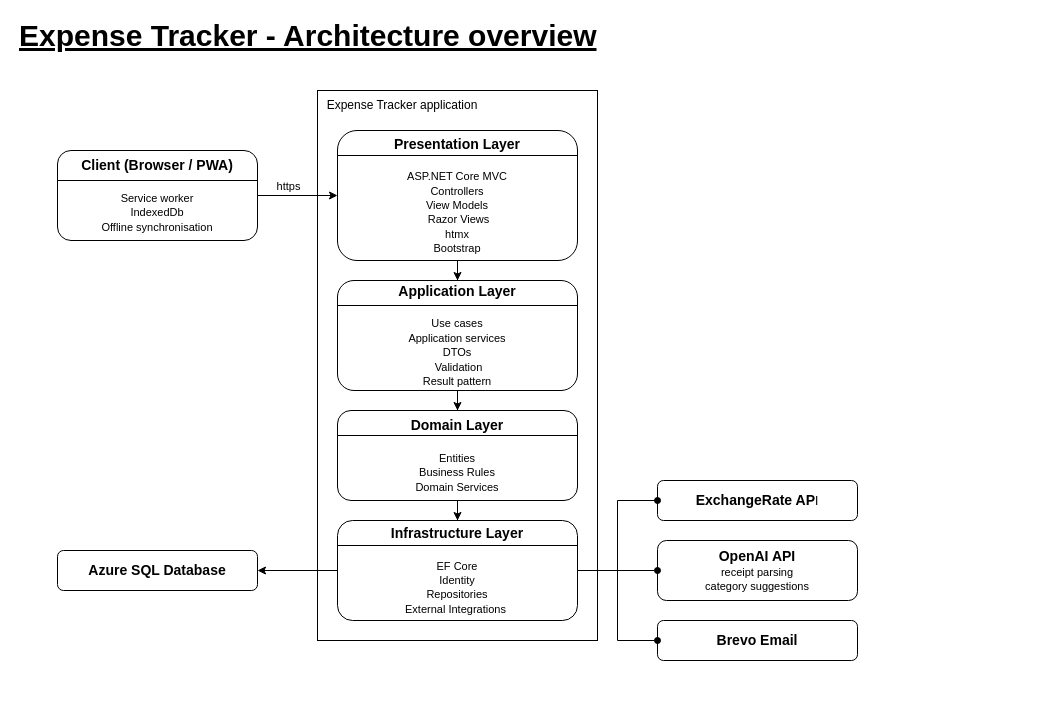
Earlier version of the draw.io diagram docs/Architecture-overview.drawio (Le40/EventSharedExpenseTracker). Source tidied: cells renumbered, new cells numbered last; positions are measured from the earlier drawing's top-left corner, leaving out a move shared by most shapes. Both pictures are drawn from the tidied source at 100%, with x=0, y=0 at pixel (17, 20).
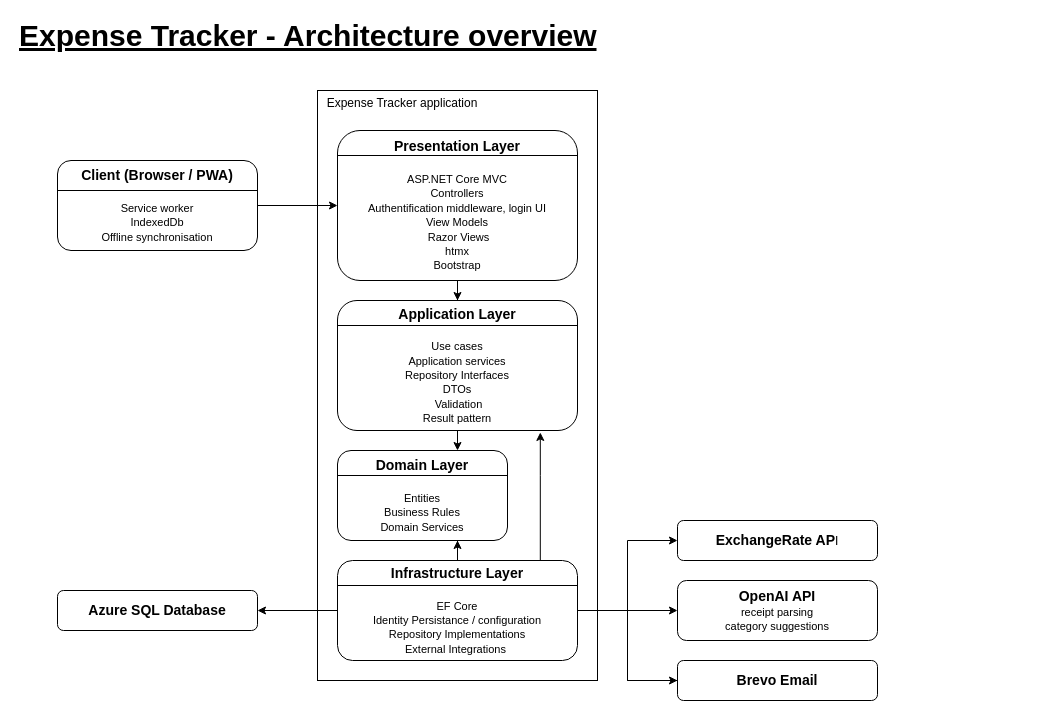
Above is the later version.

Unchanged cells that the change refers to:
```xml
<mxCell id="2" style="edgeStyle=orthogonalEdgeStyle;rounded=0;jettySize=auto;html=1;" parent="1" edge="1" source="10" target="13">
  <mxGeometry relative="1" as="geometry" />
</mxCell>
```

What changed in the source:
```diff
@@
+    <mxCell id="33" style="rounded=0;whiteSpace=wrap;html=1;" parent="1" vertex="1">
+      <mxGeometry x="300" y="70" width="280" height="590" as="geometry" />
+    </mxCell>
@@
-    <mxCell id="3" value="https" style="edgeLabel;html=1;align=center;verticalAlign=middle;" parent="2" vertex="1">
-      <mxGeometry x="-0.2" relative="1" as="geometry">
-        <mxPoint x="-2" y="-10" as="offset" />
-      </mxGeometry>
-    </mxCell>
@@
-    <mxCell id="5" style="edgeStyle=orthogonalEdgeStyle;rounded=0;jettySize=auto;html=1;" parent="1" edge="1" source="18" target="21">
-      <mxGeometry relative="1" as="geometry" />
-    </mxCell>
-    <mxCell id="6" style="edgeStyle=orthogonalEdgeStyle;rounded=0;jettySize=auto;html=1;" parent="1" edge="1" source="21" target="24">
-      <mxGeometry relative="1" as="geometry" />
-    </mxCell>
@@
     <mxCell id="8" value="&lt;b style=&quot;&quot;&gt;&lt;font style=&quot;font-size: 14px;&quot;&gt;Azure SQL Database&lt;/font&gt;&lt;/b&gt;" style="whiteSpace=wrap;html=1;rounded=1;" parent="1" vertex="1">
-      <mxGeometry x="40" y="530" width="200" height="40" as="geometry" />
+      <mxGeometry x="40" y="570" width="200" height="40" as="geometry" />
     </mxCell>
     <mxCell id="9" style="group;" parent="1" vertex="1">
-      <mxGeometry x="40" y="130" width="200" height="90" as="geometry" />
+      <mxGeometry x="40" y="140" width="200" height="90" as="geometry" />
     </mxCell>
@@
-    <mxCell id="12" style="group;" parent="1" vertex="1">
-      <mxGeometry x="320" y="110" width="260" height="510" as="geometry" />
-    </mxCell>
-    <mxCell id="13" value="&lt;font style=&quot;font-size: 14px;&quot;&gt;&lt;b style=&quot;&quot;&gt;Presentation Layer&lt;/b&gt;&lt;/font&gt;&lt;div&gt;&lt;span style=&quot;font-size: 14px;&quot;&gt;&lt;b&gt;&lt;br&gt;&lt;/b&gt;&lt;/span&gt;&lt;div&gt;&lt;font style=&quot;font-size: 11px;&quot;&gt;ASP.NET Core MVC&lt;/font&gt;&lt;/div&gt;&lt;div&gt;&lt;font style=&quot;font-size: 11px;&quot;&gt;Controllers&lt;/font&gt;&lt;/div&gt;&lt;div&gt;&lt;font style=&quot;font-size: 11px;&quot;&gt;View Models&lt;/font&gt;&lt;/div&gt;&lt;div&gt;&lt;font style=&quot;font-size: 11px;&quot;&gt;&amp;nbsp;Razor Views&lt;/font&gt;&lt;/div&gt;&lt;div&gt;&lt;font style=&quot;font-size: 11px;&quot;&gt;htmx&lt;/font&gt;&lt;/div&gt;&lt;div&gt;&lt;font style=&quot;font-size: 11px;&quot;&gt;Bootstrap&lt;/font&gt;&lt;/div&gt;&lt;/div&gt;" style="whiteSpace=wrap;html=1;rounded=1;" parent="12" vertex="1">
-      <mxGeometry width="240" height="130" as="geometry" />
-    </mxCell>
-    <mxCell id="14" style="line;strokeWidth=1;html=1;" parent="12" vertex="1">
-      <mxGeometry y="20" width="240" height="10" as="geometry" />
-    </mxCell>
-    <mxCell id="15" style="rounded=0;whiteSpace=wrap;html=1;fillColor=none;" parent="12" vertex="1">
-      <mxGeometry x="-20" y="-40" width="280" height="550" as="geometry" />
-    </mxCell>
-    <mxCell id="16" value="Expense Tracker application" style="text;html=1;whiteSpace=wrap;strokeColor=none;fillColor=none;align=center;verticalAlign=middle;rounded=0;" parent="12" vertex="1">
-      <mxGeometry x="-30" y="-40" width="190" height="30" as="geometry" />
-    </mxCell>
-    <mxCell id="17" style="group;" parent="1" vertex="1">
-      <mxGeometry x="320" y="260" width="240" height="110" as="geometry" />
-    </mxCell>
-    <mxCell id="18" value="&lt;font style=&quot;font-size: 14px;&quot;&gt;&lt;b style=&quot;&quot;&gt;Application Layer&lt;/b&gt;&lt;/font&gt;&lt;div&gt;&lt;span style=&quot;font-size: 14px;&quot;&gt;&lt;b&gt;&lt;br&gt;&lt;/b&gt;&lt;/span&gt;&lt;div&gt;&lt;font style=&quot;font-size: 11px;&quot;&gt;Use cases&lt;/font&gt;&lt;/div&gt;&lt;div&gt;&lt;font style=&quot;font-size: 11px;&quot;&gt;Application services&lt;/font&gt;&lt;/div&gt;&lt;div&gt;&lt;font style=&quot;font-size: 11px;&quot;&gt;DTOs&lt;/font&gt;&lt;/div&gt;&lt;div&gt;&lt;font style=&quot;font-size: 11px;&quot;&gt;&amp;nbsp;Validation&lt;/font&gt;&lt;/div&gt;&lt;div&gt;&lt;font style=&quot;font-size: 11px;&quot;&gt;Result pattern&lt;/font&gt;&lt;/div&gt;&lt;/div&gt;" style="whiteSpace=wrap;html=1;rounded=1;" parent="17" vertex="1">
-      <mxGeometry width="240" height="110" as="geometry" />
-    </mxCell>
-    <mxCell id="19" style="line;strokeWidth=1;html=1;" parent="17" vertex="1">
-      <mxGeometry y="20" width="240" height="10" as="geometry" />
-    </mxCell>
-    <mxCell id="20" style="group;" parent="1" vertex="1">
-      <mxGeometry x="320" y="390" width="240" height="90" as="geometry" />
-    </mxCell>
-    <mxCell id="21" value="&lt;font style=&quot;font-size: 14px;&quot;&gt;&lt;b style=&quot;&quot;&gt;Domain Layer&lt;/b&gt;&lt;/font&gt;&lt;div&gt;&lt;span style=&quot;font-size: 14px;&quot;&gt;&lt;b&gt;&lt;br&gt;&lt;/b&gt;&lt;/span&gt;&lt;div&gt;&lt;span style=&quot;font-size: 11px; background-color: transparent; color: light-dark(rgb(0, 0, 0), rgb(255, 255, 255));&quot;&gt;Entities&lt;/span&gt;&lt;/div&gt;&lt;/div&gt;&lt;div&gt;&lt;span style=&quot;font-size: 11px; background-color: transparent; color: light-dark(rgb(0, 0, 0), rgb(255, 255, 255));&quot;&gt;Business Rules&lt;/span&gt;&lt;/div&gt;&lt;div&gt;&lt;span style=&quot;font-size: 11px; background-color: transparent; color: light-dark(rgb(0, 0, 0), rgb(255, 255, 255));&quot;&gt;Domain Services&lt;/span&gt;&lt;/div&gt;" style="whiteSpace=wrap;html=1;rounded=1;" parent="20" vertex="1">
-      <mxGeometry width="240" height="90" as="geometry" />
-    </mxCell>
-    <mxCell id="22" style="line;strokeWidth=1;html=1;" parent="20" vertex="1">
-      <mxGeometry y="20" width="240" height="10" as="geometry" />
-    </mxCell>
-    <mxCell id="23" style="group;" parent="1" vertex="1">
-      <mxGeometry x="320" y="500" width="240" height="100" as="geometry" />
-    </mxCell>
-    <mxCell id="24" value="&lt;font style=&quot;font-size: 14px;&quot;&gt;&lt;b style=&quot;&quot;&gt;Infrastructure Layer&lt;/b&gt;&lt;/font&gt;&lt;div&gt;&lt;span style=&quot;font-size: 14px;&quot;&gt;&lt;b&gt;&lt;br&gt;&lt;/b&gt;&lt;/span&gt;&lt;div&gt;&lt;div&gt;&lt;font style=&quot;font-size: 11px;&quot;&gt;EF Core&lt;/font&gt;&lt;/div&gt;&lt;div&gt;&lt;font style=&quot;font-size: 11px;&quot;&gt;Identity&lt;/font&gt;&lt;/div&gt;&lt;div&gt;&lt;font style=&quot;font-size: 11px;&quot;&gt;Repositories&lt;/font&gt;&lt;/div&gt;&lt;div&gt;&lt;font style=&quot;font-size: 11px;&quot;&gt;External Integrations&amp;nbsp;&lt;/font&gt;&lt;/div&gt;&lt;/div&gt;&lt;/div&gt;" style="whiteSpace=wrap;html=1;rounded=1;" parent="23" vertex="1">
-      <mxGeometry width="240" height="100" as="geometry" />
-    </mxCell>
-    <mxCell id="25" style="line;strokeWidth=1;html=1;" parent="23" vertex="1">
-      <mxGeometry y="20" width="240" height="10" as="geometry" />
-    </mxCell>
     <mxCell id="26" value="&lt;font style=&quot;font-size: 14px;&quot;&gt;&lt;b&gt;ExchangeRate AP&lt;/b&gt;&lt;/font&gt;I" style="whiteSpace=wrap;html=1;rounded=1;" parent="1" vertex="1">
-      <mxGeometry x="640" y="460" width="200" height="40" as="geometry" />
+      <mxGeometry x="660" y="500" width="200" height="40" as="geometry" />
     </mxCell>
-    <mxCell id="27" style="edgeStyle=orthogonalEdgeStyle;rounded=0;jettySize=auto;html=1;endArrow=oval;endFill=1;" parent="1" edge="1" source="24" target="26">
+    <mxCell id="27" style="edgeStyle=orthogonalEdgeStyle;rounded=0;jettySize=auto;html=1;endArrow=classic;endFill=1;" parent="1" edge="1" source="24" target="26">
       <mxGeometry relative="1" as="geometry" />
     </mxCell>
+    <mxCell id="34" style="edgeStyle=orthogonalEdgeStyle;rounded=0;jettySize=auto;html=1;endArrow=none;endFill=0;" parent="1" edge="1" source="28" target="24">
+      <mxGeometry relative="1" as="geometry" />
+    </mxCell>
     <mxCell id="28" value="&lt;font style=&quot;font-size: 14px;&quot;&gt;&lt;b&gt;Brevo Email&lt;/b&gt;&lt;/font&gt;" style="whiteSpace=wrap;html=1;rounded=1;" parent="1" vertex="1">
-      <mxGeometry x="640" y="600" width="200" height="40" as="geometry" />
+      <mxGeometry x="660" y="640" width="200" height="40" as="geometry" />
     </mxCell>
-    <mxCell id="29" style="edgeStyle=orthogonalEdgeStyle;rounded=0;jettySize=auto;html=1;endArrow=oval;endFill=1;" parent="1" edge="1" source="24" target="28">
+    <mxCell id="29" style="edgeStyle=orthogonalEdgeStyle;rounded=0;jettySize=auto;html=1;endArrow=classic;endFill=1;" parent="1" edge="1" source="24" target="28">
       <mxGeometry relative="1" as="geometry" />
     </mxCell>
     <mxCell id="30" value="&lt;font style=&quot;font-size: 14px;&quot;&gt;&lt;b&gt;OpenAI API&lt;/b&gt;&lt;/font&gt;&lt;div&gt;&lt;font style=&quot;font-size: 11px;&quot;&gt;receipt parsing&lt;/font&gt;&lt;/div&gt;&lt;div&gt;&lt;font style=&quot;font-size: 11px;&quot;&gt;category suggestions&lt;/font&gt;&lt;/div&gt;" style="whiteSpace=wrap;html=1;rounded=1;" parent="1" vertex="1">
-      <mxGeometry x="640" y="520" width="200" height="60" as="geometry" />
+      <mxGeometry x="660" y="560" width="200" height="60" as="geometry" />
     </mxCell>
-    <mxCell id="31" style="edgeStyle=orthogonalEdgeStyle;rounded=0;jettySize=auto;html=1;endArrow=oval;endFill=1;" parent="1" edge="1" source="24" target="30">
+    <mxCell id="31" style="edgeStyle=orthogonalEdgeStyle;rounded=0;jettySize=auto;html=1;endArrow=classic;endFill=1;" parent="1" edge="1" source="24" target="30">
       <mxGeometry relative="1" as="geometry" />
     </mxCell>
@@
+    <mxCell id="13" value="&lt;font style=&quot;font-size: 14px;&quot;&gt;&lt;b style=&quot;&quot;&gt;Presentation Layer&lt;/b&gt;&lt;/font&gt;&lt;div&gt;&lt;span style=&quot;font-size: 14px;&quot;&gt;&lt;b&gt;&lt;br&gt;&lt;/b&gt;&lt;/span&gt;&lt;div&gt;&lt;font style=&quot;font-size: 11px;&quot;&gt;ASP.NET Core MVC&lt;/font&gt;&lt;/div&gt;&lt;div&gt;&lt;font style=&quot;font-size: 11px;&quot;&gt;Controllers&lt;/font&gt;&lt;/div&gt;&lt;div&gt;&lt;font style=&quot;font-size: 11px;&quot;&gt;Authentification middleware, login UI&lt;/font&gt;&lt;/div&gt;&lt;div&gt;&lt;font style=&quot;font-size: 11px;&quot;&gt;View Models&lt;/font&gt;&lt;/div&gt;&lt;div&gt;&lt;font style=&quot;font-size: 11px;&quot;&gt;&amp;nbsp;Razor Views&lt;/font&gt;&lt;/div&gt;&lt;div&gt;&lt;font style=&quot;font-size: 11px;&quot;&gt;htmx&lt;/font&gt;&lt;/div&gt;&lt;div&gt;&lt;font style=&quot;font-size: 11px;&quot;&gt;Bootstrap&lt;/font&gt;&lt;/div&gt;&lt;/div&gt;" style="whiteSpace=wrap;html=1;rounded=1;" parent="1" vertex="1">
+      <mxGeometry x="320" y="110" width="240" height="150" as="geometry" />
+    </mxCell>
+    <mxCell id="14" style="line;strokeWidth=1;html=1;" parent="1" vertex="1">
+      <mxGeometry x="320" y="130" width="240" height="10" as="geometry" />
+    </mxCell>
+    <mxCell id="24" value="&lt;font style=&quot;font-size: 14px;&quot;&gt;&lt;b style=&quot;&quot;&gt;Infrastructure Layer&lt;/b&gt;&lt;/font&gt;&lt;div&gt;&lt;span style=&quot;font-size: 14px;&quot;&gt;&lt;b&gt;&lt;br&gt;&lt;/b&gt;&lt;/span&gt;&lt;div&gt;&lt;div&gt;&lt;font style=&quot;font-size: 11px;&quot;&gt;EF Core&lt;/font&gt;&lt;/div&gt;&lt;div&gt;&lt;font style=&quot;font-size: 11px;&quot;&gt;Identity Persistance / configuration&lt;/font&gt;&lt;/div&gt;&lt;div&gt;&lt;font style=&quot;font-size: 11px;&quot;&gt;Repository Implementations&lt;/font&gt;&lt;/div&gt;&lt;div&gt;&lt;font style=&quot;font-size: 11px;&quot;&gt;External Integrations&amp;nbsp;&lt;/font&gt;&lt;/div&gt;&lt;/div&gt;&lt;/div&gt;" style="whiteSpace=wrap;html=1;rounded=1;" parent="1" vertex="1">
+      <mxGeometry x="320" y="540" width="240" height="100" as="geometry" />
+    </mxCell>
+    <mxCell id="25" style="line;strokeWidth=1;html=1;" parent="1" vertex="1">
+      <mxGeometry x="320" y="560" width="240" height="10" as="geometry" />
+    </mxCell>
+    <mxCell id="18" value="&lt;font style=&quot;font-size: 14px;&quot;&gt;&lt;b style=&quot;&quot;&gt;Application Layer&lt;/b&gt;&lt;/font&gt;&lt;div&gt;&lt;span style=&quot;font-size: 14px;&quot;&gt;&lt;b&gt;&lt;br&gt;&lt;/b&gt;&lt;/span&gt;&lt;div&gt;&lt;font style=&quot;font-size: 11px;&quot;&gt;Use cases&lt;/font&gt;&lt;/div&gt;&lt;div&gt;&lt;font style=&quot;font-size: 11px;&quot;&gt;Application services&lt;/font&gt;&lt;/div&gt;&lt;div&gt;&lt;span style=&quot;font-size: 11px;&quot;&gt;Repository Interfaces&lt;/span&gt;&lt;/div&gt;&lt;div&gt;&lt;font style=&quot;font-size: 11px;&quot;&gt;DTOs&lt;/font&gt;&lt;/div&gt;&lt;div&gt;&lt;font style=&quot;font-size: 11px;&quot;&gt;&amp;nbsp;Validation&lt;/font&gt;&lt;/div&gt;&lt;div&gt;&lt;font style=&quot;font-size: 11px;&quot;&gt;Result pattern&lt;/font&gt;&lt;/div&gt;&lt;/div&gt;" style="whiteSpace=wrap;html=1;rounded=1;" parent="1" vertex="1">
+      <mxGeometry x="320" y="280" width="240" height="130" as="geometry" />
+    </mxCell>
+    <mxCell id="19" style="line;strokeWidth=1;html=1;" parent="1" vertex="1">
+      <mxGeometry x="320" y="300" width="240" height="10" as="geometry" />
+    </mxCell>
+    <mxCell id="21" value="&lt;font style=&quot;font-size: 14px;&quot;&gt;&lt;b style=&quot;&quot;&gt;Domain Layer&lt;/b&gt;&lt;/font&gt;&lt;div&gt;&lt;span style=&quot;font-size: 14px;&quot;&gt;&lt;b&gt;&lt;br&gt;&lt;/b&gt;&lt;/span&gt;&lt;div&gt;&lt;span style=&quot;font-size: 11px; background-color: transparent; color: light-dark(rgb(0, 0, 0), rgb(255, 255, 255));&quot;&gt;Entities&lt;/span&gt;&lt;/div&gt;&lt;/div&gt;&lt;div&gt;&lt;span style=&quot;font-size: 11px; background-color: transparent; color: light-dark(rgb(0, 0, 0), rgb(255, 255, 255));&quot;&gt;Business Rules&lt;/span&gt;&lt;/div&gt;&lt;div&gt;&lt;span style=&quot;font-size: 11px; background-color: transparent; color: light-dark(rgb(0, 0, 0), rgb(255, 255, 255));&quot;&gt;Domain Services&lt;/span&gt;&lt;/div&gt;" style="whiteSpace=wrap;html=1;rounded=1;" parent="1" vertex="1">
+      <mxGeometry x="320" y="430" width="170" height="90" as="geometry" />
+    </mxCell>
+    <mxCell id="22" style="line;strokeWidth=1;html=1;" parent="1" vertex="1">
+      <mxGeometry x="320" y="450" width="170" height="10" as="geometry" />
+    </mxCell>
+    <mxCell id="5" style="edgeStyle=orthogonalEdgeStyle;rounded=0;jettySize=auto;html=1;entryX=0.709;entryY=-0.011;entryDx=0;entryDy=0;entryPerimeter=0;" parent="1" edge="1" source="18" target="21">
+      <mxGeometry relative="1" as="geometry" />
+    </mxCell>
+    <mxCell id="35" style="edgeStyle=orthogonalEdgeStyle;rounded=0;jettySize=auto;html=1;entryX=0.845;entryY=1.015;entryDx=0;entryDy=0;entryPerimeter=0;" parent="1" edge="1" source="24" target="18">
+      <mxGeometry relative="1" as="geometry">
+        <Array as="points">
+          <mxPoint x="523" y="455" />
+        </Array>
+      </mxGeometry>
+    </mxCell>
+    <mxCell id="36" style="edgeStyle=orthogonalEdgeStyle;rounded=0;jettySize=auto;html=1;entryX=0.706;entryY=1;entryDx=0;entryDy=0;entryPerimeter=0;" parent="1" edge="1" source="24" target="21">
+      <mxGeometry relative="1" as="geometry" />
+    </mxCell>
+    <mxCell id="16" value="Expense Tracker application&lt;div&gt;&lt;br&gt;&lt;/div&gt;" style="text;html=1;whiteSpace=wrap;strokeColor=none;fillColor=none;align=center;verticalAlign=middle;rounded=0;" parent="1" vertex="1">
+      <mxGeometry x="300" y="70" width="170" height="40" as="geometry" />
+    </mxCell>
```
